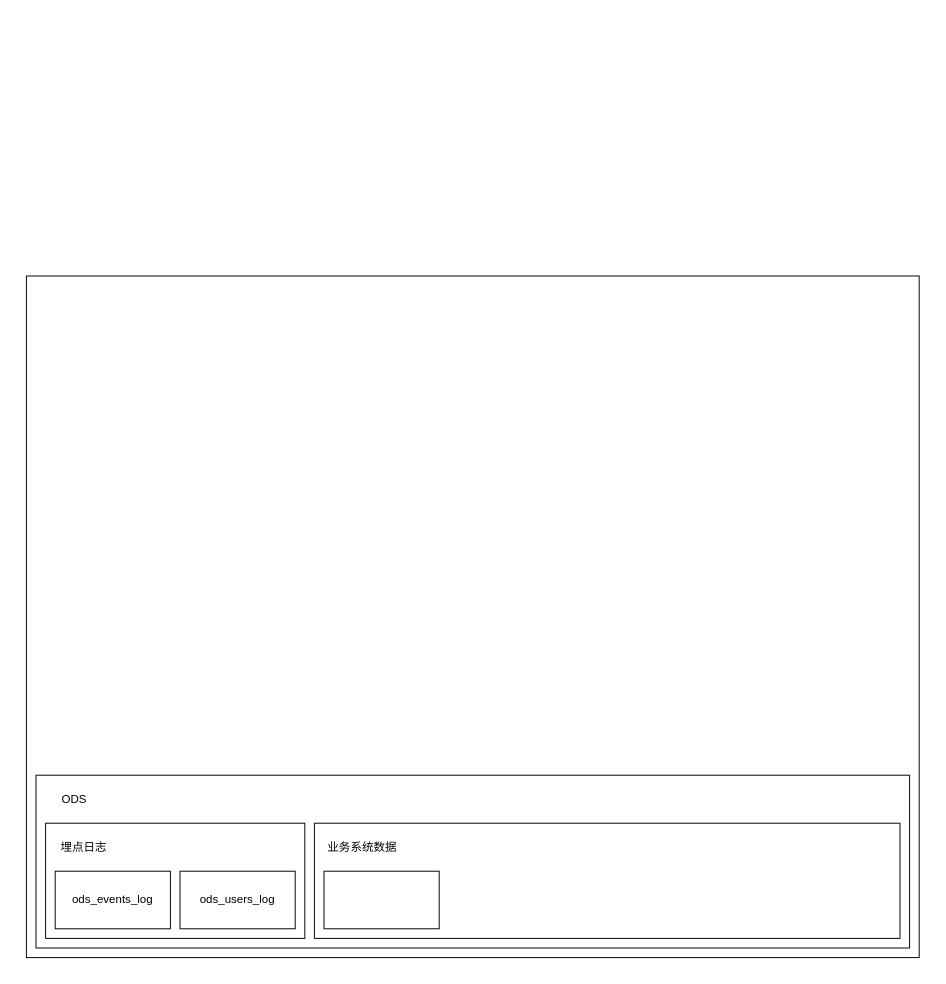
This is 离线数仓分层架构.drawio from Jacoulin/draw, a draw.io file, before an edit. Source tidied: cells renumbered, new cells numbered last; positions are measured from the earlier drawing's top-left corner, leaving out a move shared by most shapes. Both pictures are drawn from the tidied source at 96%, with x=0, y=0 at pixel (26, 276).
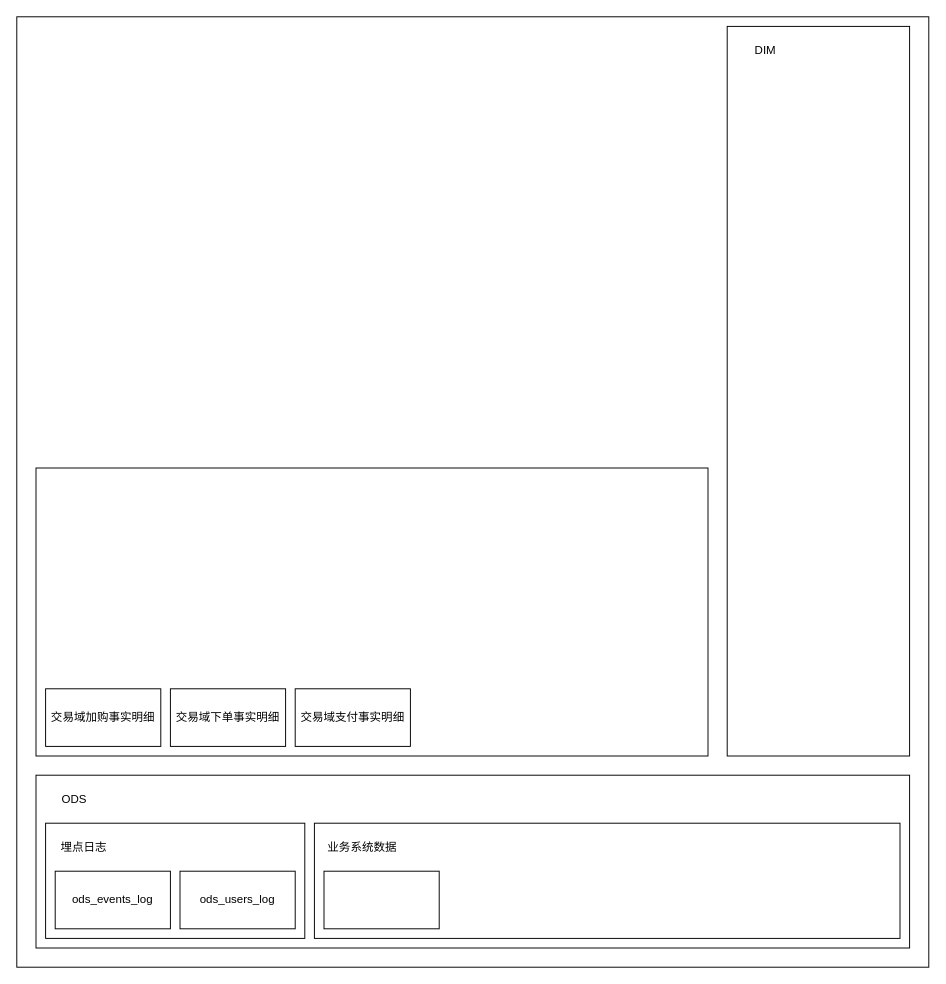
The same page after the edit.

Commit message (it also covers changes not shown here):
更新离线数仓分层架构.drawio

Change to the diagram source:
```diff
@@
 <mxGraphModel>
   <root>
     <mxCell id="0" />
     <mxCell id="1" parent="0" />
     <mxCell id="2" style="rounded=0;whiteSpace=wrap;html=1;" parent="1" vertex="1">
-      <mxGeometry width="930" height="710" as="geometry" />
+      <mxGeometry x="-10" y="-270" width="950" height="990" as="geometry" />
     </mxCell>
     <mxCell id="3" style="rounded=0;whiteSpace=wrap;html=1;" parent="1" vertex="1">
       <mxGeometry x="10" y="520" width="910" height="180" as="geometry" />
     </mxCell>
     <mxCell id="4" style="rounded=0;whiteSpace=wrap;html=1;" parent="1" vertex="1">
       <mxGeometry x="20" y="570" width="270" height="120" as="geometry" />
     </mxCell>
     <mxCell id="5" value="ods_events_log" style="rounded=0;whiteSpace=wrap;html=1;" parent="1" vertex="1">
       <mxGeometry x="30" y="620" width="120" height="60" as="geometry" />
     </mxCell>
     <mxCell id="6" value="ods_users_log" style="rounded=0;whiteSpace=wrap;html=1;" parent="1" vertex="1">
       <mxGeometry x="160" y="620" width="120" height="60" as="geometry" />
     </mxCell>
     <mxCell id="7" value="埋点日志" style="text;html=1;strokeColor=none;fillColor=none;align=center;verticalAlign=middle;whiteSpace=wrap;rounded=0;" parent="1" vertex="1">
       <mxGeometry x="30" y="580" width="60" height="30" as="geometry" />
     </mxCell>
     <mxCell id="8" style="rounded=0;whiteSpace=wrap;html=1;" parent="1" vertex="1">
       <mxGeometry x="300" y="570" width="610" height="120" as="geometry" />
     </mxCell>
     <mxCell id="9" value="ODS" style="text;html=1;strokeColor=none;fillColor=none;align=center;verticalAlign=middle;whiteSpace=wrap;rounded=0;" parent="1" vertex="1">
       <mxGeometry x="20" y="530" width="60" height="30" as="geometry" />
     </mxCell>
     <mxCell id="10" style="rounded=0;whiteSpace=wrap;html=1;" parent="1" vertex="1">
       <mxGeometry x="310" y="620" width="120" height="60" as="geometry" />
     </mxCell>
     <mxCell id="11" value="业务系统数据" style="text;html=1;strokeColor=none;fillColor=none;align=center;verticalAlign=middle;whiteSpace=wrap;rounded=0;" parent="1" vertex="1">
       <mxGeometry x="310" y="580" width="80" height="30" as="geometry" />
     </mxCell>
+    <mxCell id="12" style="rounded=0;whiteSpace=wrap;html=1;" parent="1" vertex="1">
+      <mxGeometry x="10" y="200" width="700" height="300" as="geometry" />
+    </mxCell>
+    <mxCell id="13" style="rounded=0;whiteSpace=wrap;html=1;" parent="1" vertex="1">
+      <mxGeometry x="730" y="-260" width="190" height="760" as="geometry" />
+    </mxCell>
+    <mxCell id="14" value="DIM" style="text;html=1;strokeColor=none;fillColor=none;align=center;verticalAlign=middle;whiteSpace=wrap;rounded=0;" parent="1" vertex="1">
+      <mxGeometry x="740" y="-250" width="60" height="30" as="geometry" />
+    </mxCell>
+    <mxCell id="15" value="交易域加购事实明细" style="rounded=0;whiteSpace=wrap;html=1;" parent="1" vertex="1">
+      <mxGeometry x="20" y="430" width="120" height="60" as="geometry" />
+    </mxCell>
+    <mxCell id="16" value="交易域下单事实明细" style="rounded=0;whiteSpace=wrap;html=1;" parent="1" vertex="1">
+      <mxGeometry x="150" y="430" width="120" height="60" as="geometry" />
+    </mxCell>
+    <mxCell id="17" value="交易域支付事实明细" style="rounded=0;whiteSpace=wrap;html=1;" parent="1" vertex="1">
+      <mxGeometry x="280" y="430" width="120" height="60" as="geometry" />
+    </mxCell>
   </root>
 </mxGraphModel>
```
